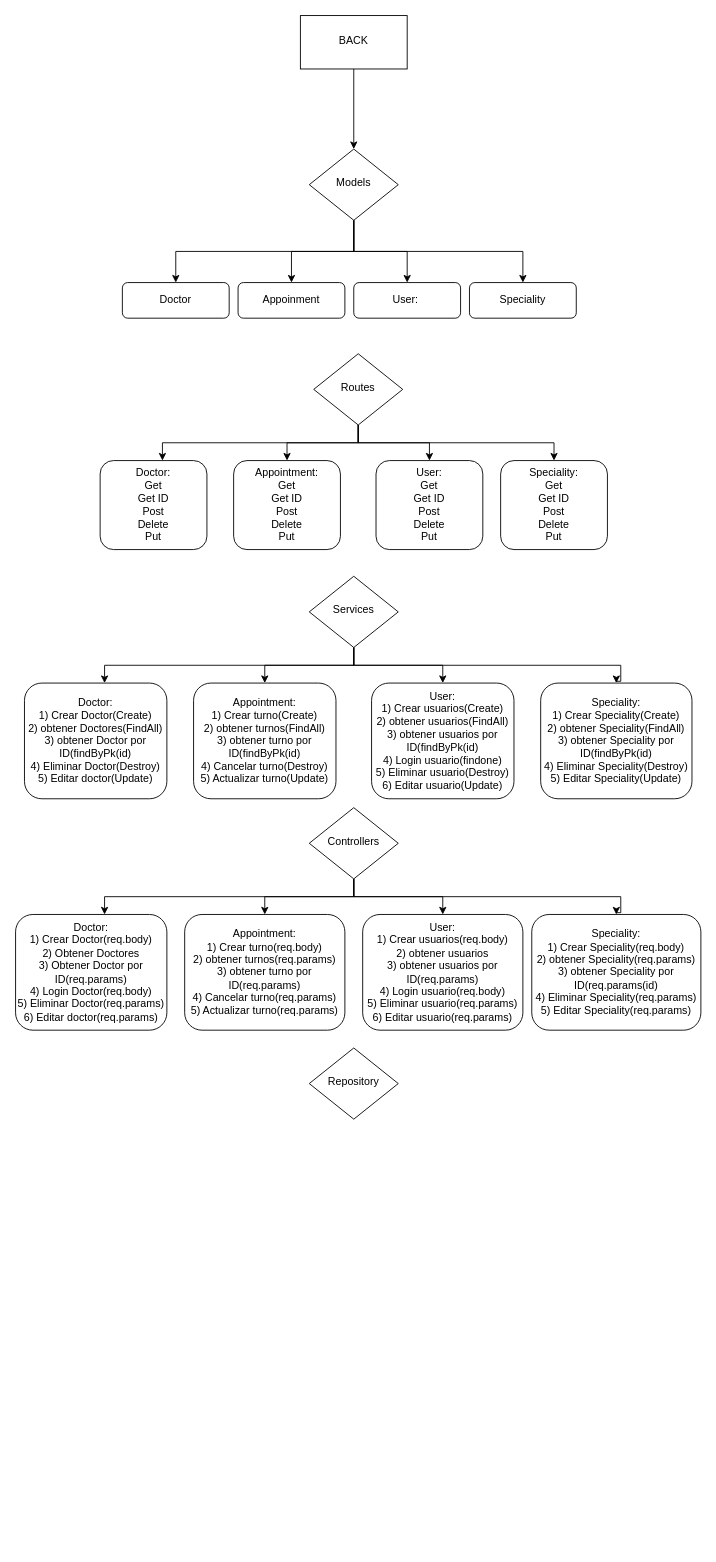
herva99/herva99 keeps this draw.io diagram as Diagrama sin título.drawio. Above is the earlier version. Source tidied: cells renumbered, new cells numbered last; positions are measured from the earlier drawing's top-left corner, leaving out a move shared by most shapes. Both pictures are drawn from the tidied source at 89%, with x=0, y=0 at pixel (15, 15).
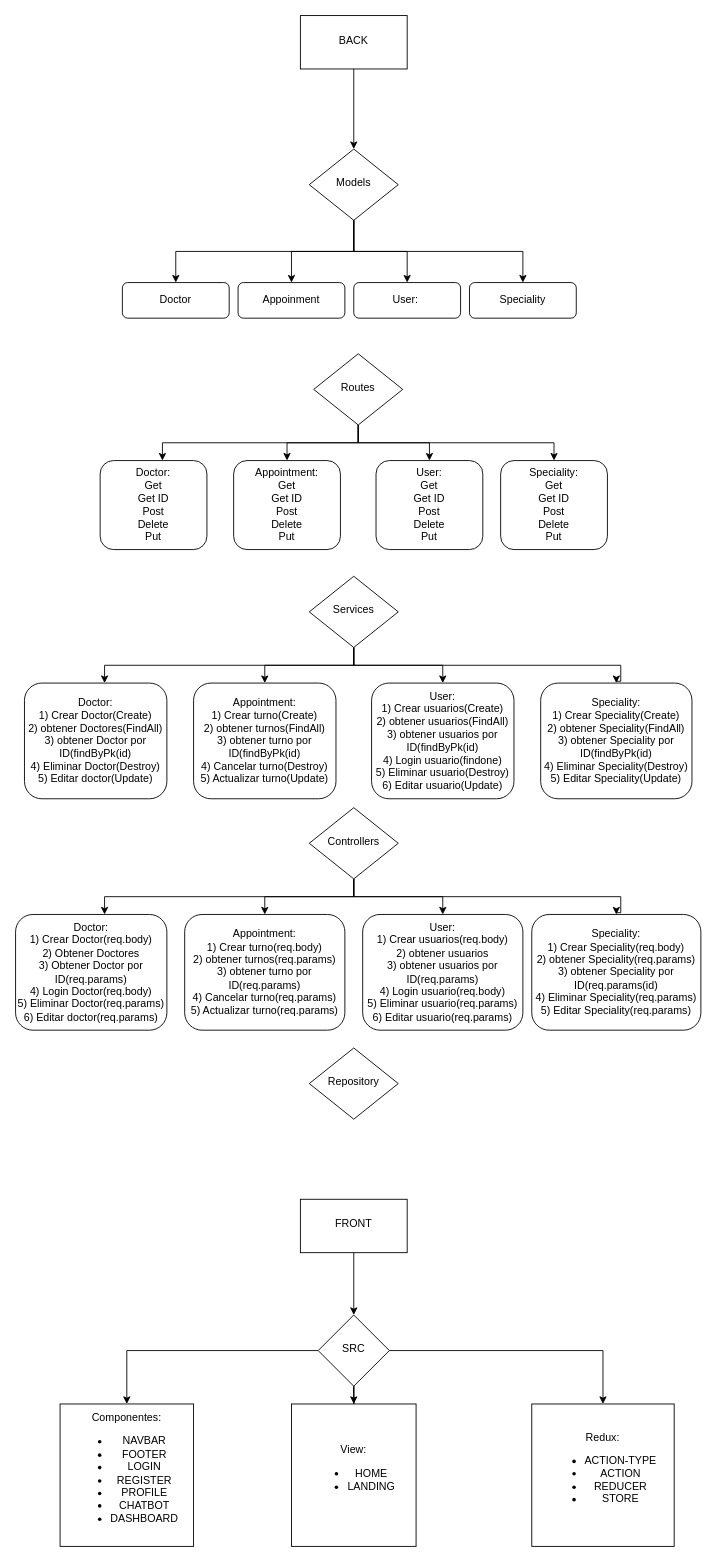
The same diagram, later.

Change to the diagram source:
```diff
@@
+    <mxCell id="41" style="edgeStyle=orthogonalEdgeStyle;rounded=0;jettySize=auto;html=1;" parent="1" edge="1" source="42" target="46">
+      <mxGeometry relative="1" as="geometry" />
+    </mxCell>
+    <mxCell id="42" value="FRONT" style="whiteSpace=wrap;html=1;shadow=0;strokeWidth=1;spacing=6;spacingTop=-4;" parent="1" vertex="1">
+      <mxGeometry x="320" y="1330" width="120" height="60" as="geometry" />
+    </mxCell>
+    <mxCell id="43" style="edgeStyle=orthogonalEdgeStyle;rounded=0;jettySize=auto;html=1;" parent="1" edge="1" source="46" target="47">
+      <mxGeometry relative="1" as="geometry" />
+    </mxCell>
+    <mxCell id="44" style="edgeStyle=orthogonalEdgeStyle;rounded=0;jettySize=auto;html=1;" parent="1" edge="1" source="46" target="48">
+      <mxGeometry relative="1" as="geometry" />
+    </mxCell>
+    <mxCell id="45" style="edgeStyle=orthogonalEdgeStyle;rounded=0;jettySize=auto;html=1;" parent="1" edge="1" source="46" target="49">
+      <mxGeometry relative="1" as="geometry" />
+    </mxCell>
+    <mxCell id="46" value="SRC" style="rhombus;whiteSpace=wrap;html=1;shadow=0;strokeWidth=1;spacing=6;spacingTop=-4;" parent="1" vertex="1">
+      <mxGeometry x="340" y="1460" width="80" height="80" as="geometry" />
+    </mxCell>
+    <mxCell id="47" value="Componentes:&lt;div&gt;&lt;ul&gt;&lt;li&gt;&lt;span style=&quot;background-color: initial;&quot;&gt;NAVBAR&lt;/span&gt;&lt;br&gt;&lt;/li&gt;&lt;li&gt;FOOTER&lt;/li&gt;&lt;li&gt;LOGIN&lt;/li&gt;&lt;li&gt;REGISTER&lt;/li&gt;&lt;li&gt;PROFILE&lt;/li&gt;&lt;li&gt;CHATBOT&lt;/li&gt;&lt;li&gt;DASHBOARD&lt;/li&gt;&lt;/ul&gt;&lt;/div&gt;" style="whiteSpace=wrap;html=1;shadow=0;strokeWidth=1;spacing=6;spacingTop=-4;" parent="1" vertex="1">
+      <mxGeometry x="50" y="1560" width="150" height="160" as="geometry" />
+    </mxCell>
+    <mxCell id="48" value="View:&lt;div&gt;&lt;ul&gt;&lt;li&gt;HOME&lt;/li&gt;&lt;li&gt;LANDING&lt;/li&gt;&lt;/ul&gt;&lt;/div&gt;" style="whiteSpace=wrap;html=1;shadow=0;strokeWidth=1;spacing=6;spacingTop=-4;" parent="1" vertex="1">
+      <mxGeometry x="310" y="1560" width="140" height="160" as="geometry" />
+    </mxCell>
+    <mxCell id="49" value="Redux:&lt;div&gt;&lt;ul&gt;&lt;li&gt;ACTION-TYPE&lt;/li&gt;&lt;li&gt;ACTION&lt;/li&gt;&lt;li&gt;REDUCER&lt;/li&gt;&lt;li&gt;STORE&lt;/li&gt;&lt;/ul&gt;&lt;/div&gt;" style="whiteSpace=wrap;html=1;shadow=0;strokeWidth=1;spacing=6;spacingTop=-4;" parent="1" vertex="1">
+      <mxGeometry x="580" y="1560" width="160" height="160" as="geometry" />
+    </mxCell>
```
